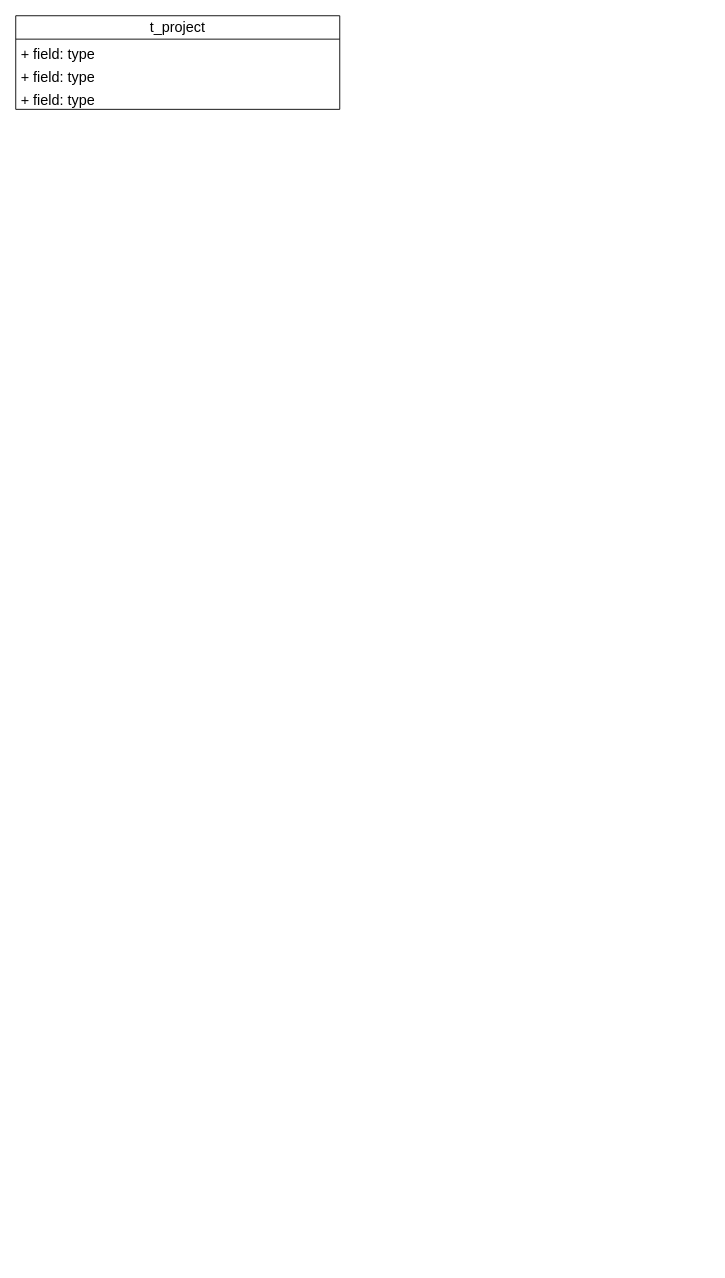
Earlier version of the draw.io diagram 消防同步至理虚实表结构.drawio (wangzhenlan/drawio-files). Source tidied: cells renumbered, new cells numbered last; positions are measured from the earlier drawing's top-left corner, leaving out a move shared by most shapes. Both pictures are drawn from the tidied source at 90%, with x=0, y=0 at pixel (15, 15).
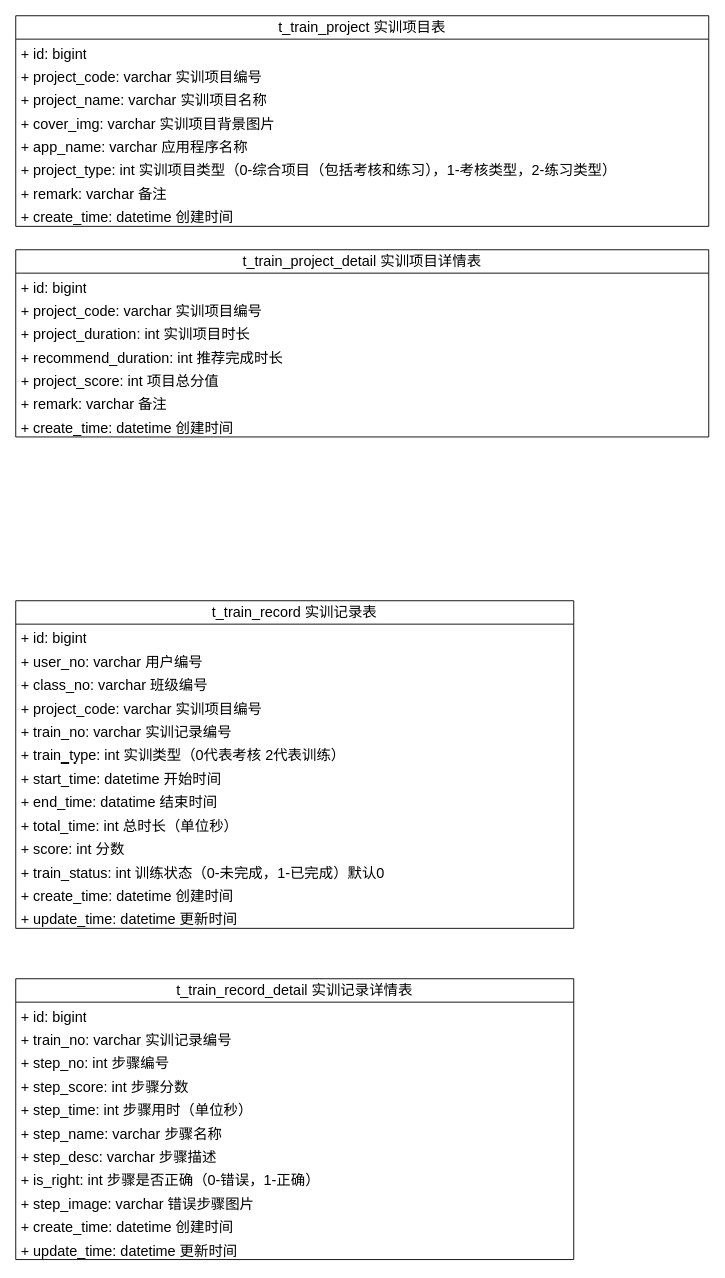
Above is the later version.

Commit message (it also covers changes not shown here):
更新消防同步至理虚实表结构.drawio

What changed in the source:
```diff
@@
-    <mxCell id="2" value="t_project" style="swimlane;fontStyle=0;horizontal=1;startSize=26;fillColor=none;whiteSpace=wrap;html=1;fontSize=16;" parent="1" vertex="1">
-      <mxGeometry width="360" height="104" as="geometry" />
+    <mxCell id="2" value="t_train_project 实训项目表" style="swimlane;fontStyle=0;horizontal=1;startSize=26;fillColor=none;whiteSpace=wrap;html=1;fontSize=16;" parent="1" vertex="1">
+      <mxGeometry width="770" height="234" as="geometry" />
     </mxCell>
-    <mxCell id="3" value="+ field: type" style="text;strokeColor=none;fillColor=none;align=left;verticalAlign=top;spacingLeft=4;spacingRight=4;overflow=hidden;whiteSpace=wrap;html=1;fontSize=16;" parent="2" vertex="1">
-      <mxGeometry y="26" width="360" height="26" as="geometry" />
+    <mxCell id="3" value="+ id: bigint" style="text;strokeColor=none;fillColor=none;align=left;verticalAlign=top;spacingLeft=4;spacingRight=4;overflow=hidden;whiteSpace=wrap;html=1;fontSize=16;" parent="2" vertex="1">
+      <mxGeometry y="26" width="770" height="26" as="geometry" />
     </mxCell>
-    <mxCell id="4" value="+ field: type" style="text;strokeColor=none;fillColor=none;align=left;verticalAlign=top;spacingLeft=4;spacingRight=4;overflow=hidden;whiteSpace=wrap;html=1;fontSize=16;" parent="2" vertex="1">
-      <mxGeometry y="52" width="360" height="26" as="geometry" />
+    <mxCell id="4" value="+ project_code: varchar 实训项目编号" style="text;strokeColor=none;fillColor=none;align=left;verticalAlign=top;spacingLeft=4;spacingRight=4;overflow=hidden;whiteSpace=wrap;html=1;fontSize=16;" parent="2" vertex="1">
+      <mxGeometry y="52" width="770" height="26" as="geometry" />
     </mxCell>
-    <mxCell id="5" value="+ field: type" style="text;strokeColor=none;fillColor=none;align=left;verticalAlign=top;spacingLeft=4;spacingRight=4;overflow=hidden;whiteSpace=wrap;html=1;fontSize=16;" parent="2" vertex="1">
-      <mxGeometry y="78" width="360" height="26" as="geometry" />
+    <mxCell id="5" value="+ project_name: varchar 实训项目名称" style="text;strokeColor=none;fillColor=none;align=left;verticalAlign=top;spacingLeft=4;spacingRight=4;overflow=hidden;whiteSpace=wrap;html=1;fontSize=16;" parent="2" vertex="1">
+      <mxGeometry y="78" width="770" height="26" as="geometry" />
     </mxCell>
+    <mxCell id="6" value="+ cover_img: varchar 实训项目背景图片" style="text;strokeColor=none;fillColor=none;align=left;verticalAlign=top;spacingLeft=4;spacingRight=4;overflow=hidden;whiteSpace=wrap;html=1;fontSize=16;" parent="2" vertex="1">
+      <mxGeometry y="104" width="770" height="26" as="geometry" />
+    </mxCell>
+    <mxCell id="7" value="+ app_name: varchar 应用程序名称" style="text;strokeColor=none;fillColor=none;align=left;verticalAlign=top;spacingLeft=4;spacingRight=4;overflow=hidden;whiteSpace=wrap;html=1;fontSize=16;" parent="2" vertex="1">
+      <mxGeometry y="130" width="770" height="26" as="geometry" />
+    </mxCell>
+    <mxCell id="8" value="+ project_type: int 实训项目类型（0-综合项目（包括考核和练习），1-考核类型，2-练习类型）" style="text;strokeColor=none;fillColor=none;align=left;verticalAlign=top;spacingLeft=4;spacingRight=4;overflow=hidden;whiteSpace=wrap;html=1;fontSize=16;" parent="2" vertex="1">
+      <mxGeometry y="156" width="770" height="26" as="geometry" />
+    </mxCell>
+    <mxCell id="9" value="+&amp;nbsp;remark: varchar 备注" style="text;strokeColor=none;fillColor=none;align=left;verticalAlign=top;spacingLeft=4;spacingRight=4;overflow=hidden;whiteSpace=wrap;html=1;fontSize=16;" parent="2" vertex="1">
+      <mxGeometry y="182" width="770" height="26" as="geometry" />
+    </mxCell>
+    <mxCell id="10" value="+&amp;nbsp;create_time: datetime 创建时间" style="text;strokeColor=none;fillColor=none;align=left;verticalAlign=top;spacingLeft=4;spacingRight=4;overflow=hidden;whiteSpace=wrap;html=1;fontSize=16;" parent="2" vertex="1">
+      <mxGeometry y="208" width="770" height="26" as="geometry" />
+    </mxCell>
+    <mxCell id="11" value="t_train_project_detail 实训项目详情表" style="swimlane;fontStyle=0;horizontal=1;startSize=26;fillColor=none;whiteSpace=wrap;html=1;fontSize=16;" parent="1" vertex="1">
+      <mxGeometry y="260" width="770" height="208" as="geometry" />
+    </mxCell>
+    <mxCell id="12" value="+ id: bigint" style="text;strokeColor=none;fillColor=none;align=left;verticalAlign=top;spacingLeft=4;spacingRight=4;overflow=hidden;whiteSpace=wrap;html=1;fontSize=16;" parent="11" vertex="1">
+      <mxGeometry y="26" width="770" height="26" as="geometry" />
+    </mxCell>
+    <mxCell id="13" value="+ project_code: varchar 实训项目编号" style="text;strokeColor=none;fillColor=none;align=left;verticalAlign=top;spacingLeft=4;spacingRight=4;overflow=hidden;whiteSpace=wrap;html=1;fontSize=16;" parent="11" vertex="1">
+      <mxGeometry y="52" width="770" height="26" as="geometry" />
+    </mxCell>
+    <mxCell id="14" value="+ project_duration: int 实训项目时长" style="text;strokeColor=none;fillColor=none;align=left;verticalAlign=top;spacingLeft=4;spacingRight=4;overflow=hidden;whiteSpace=wrap;html=1;fontSize=16;" parent="11" vertex="1">
+      <mxGeometry y="78" width="770" height="26" as="geometry" />
+    </mxCell>
+    <mxCell id="15" value="+ recommend_duration: int 推荐完成时长" style="text;strokeColor=none;fillColor=none;align=left;verticalAlign=top;spacingLeft=4;spacingRight=4;overflow=hidden;whiteSpace=wrap;html=1;fontSize=16;" parent="11" vertex="1">
+      <mxGeometry y="104" width="770" height="26" as="geometry" />
+    </mxCell>
+    <mxCell id="16" value="+ project_score: int 项目总分值" style="text;strokeColor=none;fillColor=none;align=left;verticalAlign=top;spacingLeft=4;spacingRight=4;overflow=hidden;whiteSpace=wrap;html=1;fontSize=16;" parent="11" vertex="1">
+      <mxGeometry y="130" width="770" height="26" as="geometry" />
+    </mxCell>
+    <mxCell id="17" value="+&amp;nbsp;remark: varchar 备注" style="text;strokeColor=none;fillColor=none;align=left;verticalAlign=top;spacingLeft=4;spacingRight=4;overflow=hidden;whiteSpace=wrap;html=1;fontSize=16;" parent="11" vertex="1">
+      <mxGeometry y="156" width="770" height="26" as="geometry" />
+    </mxCell>
+    <mxCell id="18" value="+&amp;nbsp;create_time: datetime 创建时间" style="text;strokeColor=none;fillColor=none;align=left;verticalAlign=top;spacingLeft=4;spacingRight=4;overflow=hidden;whiteSpace=wrap;html=1;fontSize=16;" parent="11" vertex="1">
+      <mxGeometry y="182" width="770" height="26" as="geometry" />
+    </mxCell>
+    <mxCell id="19" value="t_train_record 实训记录表" style="swimlane;fontStyle=0;horizontal=1;startSize=26;fillColor=none;whiteSpace=wrap;html=1;fontSize=16;" parent="1" vertex="1">
+      <mxGeometry y="650" width="620" height="364" as="geometry" />
+    </mxCell>
+    <mxCell id="20" value="+ id: bigint" style="text;strokeColor=none;fillColor=none;align=left;verticalAlign=top;spacingLeft=4;spacingRight=4;overflow=hidden;whiteSpace=wrap;html=1;fontSize=16;" parent="19" vertex="1">
+      <mxGeometry y="26" width="620" height="26" as="geometry" />
+    </mxCell>
+    <mxCell id="21" value="+ user_no: varchar 用户编号" style="text;strokeColor=none;fillColor=none;align=left;verticalAlign=top;spacingLeft=4;spacingRight=4;overflow=hidden;whiteSpace=wrap;html=1;fontSize=16;" parent="19" vertex="1">
+      <mxGeometry y="52" width="620" height="26" as="geometry" />
+    </mxCell>
+    <mxCell id="22" value="+ class_no: varchar 班级编号" style="text;strokeColor=none;fillColor=none;align=left;verticalAlign=top;spacingLeft=4;spacingRight=4;overflow=hidden;whiteSpace=wrap;html=1;fontSize=16;" parent="19" vertex="1">
+      <mxGeometry y="78" width="620" height="26" as="geometry" />
+    </mxCell>
+    <mxCell id="23" value="+ project_code: varchar 实训项目编号" style="text;strokeColor=none;fillColor=none;align=left;verticalAlign=top;spacingLeft=4;spacingRight=4;overflow=hidden;whiteSpace=wrap;html=1;fontSize=16;" parent="19" vertex="1">
+      <mxGeometry y="104" width="620" height="26" as="geometry" />
+    </mxCell>
+    <mxCell id="24" value="+ train_no: varchar 实训记录编号" style="text;strokeColor=none;fillColor=none;align=left;verticalAlign=top;spacingLeft=4;spacingRight=4;overflow=hidden;whiteSpace=wrap;html=1;fontSize=16;" parent="19" vertex="1">
+      <mxGeometry y="130" width="620" height="26" as="geometry" />
+    </mxCell>
+    <mxCell id="25" value="+ train_type: int&amp;nbsp;实训类型（0代表考核 2代表训练）" style="text;strokeColor=none;fillColor=none;align=left;verticalAlign=top;spacingLeft=4;spacingRight=4;overflow=hidden;whiteSpace=wrap;html=1;fontSize=16;" parent="19" vertex="1">
+      <mxGeometry y="156" width="620" height="26" as="geometry" />
+    </mxCell>
+    <mxCell id="26" value="+ start_time: datetime 开始时间" style="text;strokeColor=none;fillColor=none;align=left;verticalAlign=top;spacingLeft=4;spacingRight=4;overflow=hidden;whiteSpace=wrap;html=1;fontSize=16;" parent="19" vertex="1">
+      <mxGeometry y="182" width="620" height="26" as="geometry" />
+    </mxCell>
+    <mxCell id="27" value="+&amp;nbsp;end_time: datatime 结束时间" style="text;strokeColor=none;fillColor=none;align=left;verticalAlign=top;spacingLeft=4;spacingRight=4;overflow=hidden;whiteSpace=wrap;html=1;fontSize=16;" parent="19" vertex="1">
+      <mxGeometry y="208" width="620" height="26" as="geometry" />
+    </mxCell>
+    <mxCell id="28" value="+ total_time: int 总时长（单位秒）" style="text;strokeColor=none;fillColor=none;align=left;verticalAlign=top;spacingLeft=4;spacingRight=4;overflow=hidden;whiteSpace=wrap;html=1;fontSize=16;" parent="19" vertex="1">
+      <mxGeometry y="234" width="620" height="26" as="geometry" />
+    </mxCell>
+    <mxCell id="29" value="+ score: int 分数" style="text;strokeColor=none;fillColor=none;align=left;verticalAlign=top;spacingLeft=4;spacingRight=4;overflow=hidden;whiteSpace=wrap;html=1;fontSize=16;" parent="19" vertex="1">
+      <mxGeometry y="260" width="620" height="26" as="geometry" />
+    </mxCell>
+    <mxCell id="30" value="+ train_status: int&amp;nbsp;训练状态（0-未完成，1-已完成）默认0" style="text;strokeColor=none;fillColor=none;align=left;verticalAlign=top;spacingLeft=4;spacingRight=4;overflow=hidden;whiteSpace=wrap;html=1;fontSize=16;" parent="19" vertex="1">
+      <mxGeometry y="286" width="620" height="26" as="geometry" />
+    </mxCell>
+    <mxCell id="31" value="+&amp;nbsp;create_time: datetime 创建时间" style="text;strokeColor=none;fillColor=none;align=left;verticalAlign=top;spacingLeft=4;spacingRight=4;overflow=hidden;whiteSpace=wrap;html=1;fontSize=16;" parent="19" vertex="1">
+      <mxGeometry y="312" width="620" height="26" as="geometry" />
+    </mxCell>
+    <mxCell id="32" value="+ update_time: datetime 更新时间" style="text;strokeColor=none;fillColor=none;align=left;verticalAlign=top;spacingLeft=4;spacingRight=4;overflow=hidden;whiteSpace=wrap;html=1;fontSize=16;" parent="19" vertex="1">
+      <mxGeometry y="338" width="620" height="26" as="geometry" />
+    </mxCell>
+    <mxCell id="33" value="t_train_record_detail 实训记录详情表" style="swimlane;fontStyle=0;horizontal=1;startSize=26;fillColor=none;whiteSpace=wrap;html=1;fontSize=16;" parent="1" vertex="1">
+      <mxGeometry y="1070" width="620" height="312" as="geometry" />
+    </mxCell>
+    <mxCell id="34" value="+ id: bigint" style="text;strokeColor=none;fillColor=none;align=left;verticalAlign=top;spacingLeft=4;spacingRight=4;overflow=hidden;whiteSpace=wrap;html=1;fontSize=16;" parent="33" vertex="1">
+      <mxGeometry y="26" width="620" height="26" as="geometry" />
+    </mxCell>
+    <mxCell id="35" value="+ train_no: varchar 实训记录编号" style="text;strokeColor=none;fillColor=none;align=left;verticalAlign=top;spacingLeft=4;spacingRight=4;overflow=hidden;whiteSpace=wrap;html=1;fontSize=16;" parent="33" vertex="1">
+      <mxGeometry y="52" width="620" height="26" as="geometry" />
+    </mxCell>
+    <mxCell id="36" value="+ step_no: int 步骤编号" style="text;strokeColor=none;fillColor=none;align=left;verticalAlign=top;spacingLeft=4;spacingRight=4;overflow=hidden;whiteSpace=wrap;html=1;fontSize=16;" parent="33" vertex="1">
+      <mxGeometry y="78" width="620" height="26" as="geometry" />
+    </mxCell>
+    <mxCell id="37" value="+ step_score: int 步骤分数" style="text;strokeColor=none;fillColor=none;align=left;verticalAlign=top;spacingLeft=4;spacingRight=4;overflow=hidden;whiteSpace=wrap;html=1;fontSize=16;" parent="33" vertex="1">
+      <mxGeometry y="104" width="620" height="26" as="geometry" />
+    </mxCell>
+    <mxCell id="38" value="+ step_time: int 步骤用时（单位秒）" style="text;strokeColor=none;fillColor=none;align=left;verticalAlign=top;spacingLeft=4;spacingRight=4;overflow=hidden;whiteSpace=wrap;html=1;fontSize=16;" parent="33" vertex="1">
+      <mxGeometry y="130" width="620" height="26" as="geometry" />
+    </mxCell>
+    <mxCell id="39" value="+ step_name: varchar 步骤名称" style="text;strokeColor=none;fillColor=none;align=left;verticalAlign=top;spacingLeft=4;spacingRight=4;overflow=hidden;whiteSpace=wrap;html=1;fontSize=16;" parent="33" vertex="1">
+      <mxGeometry y="156" width="620" height="26" as="geometry" />
+    </mxCell>
+    <mxCell id="40" value="+ step_desc: varchar 步骤描述" style="text;strokeColor=none;fillColor=none;align=left;verticalAlign=top;spacingLeft=4;spacingRight=4;overflow=hidden;whiteSpace=wrap;html=1;fontSize=16;" parent="33" vertex="1">
+      <mxGeometry y="182" width="620" height="26" as="geometry" />
+    </mxCell>
+    <mxCell id="41" value="+ is_right: int 步骤是否正确（0-错误，1-正确）" style="text;strokeColor=none;fillColor=none;align=left;verticalAlign=top;spacingLeft=4;spacingRight=4;overflow=hidden;whiteSpace=wrap;html=1;fontSize=16;" parent="33" vertex="1">
+      <mxGeometry y="208" width="620" height="26" as="geometry" />
+    </mxCell>
+    <mxCell id="42" value="+ step_image: varchar 错误步骤图片" style="text;strokeColor=none;fillColor=none;align=left;verticalAlign=top;spacingLeft=4;spacingRight=4;overflow=hidden;whiteSpace=wrap;html=1;fontSize=16;" parent="33" vertex="1">
+      <mxGeometry y="234" width="620" height="26" as="geometry" />
+    </mxCell>
+    <mxCell id="43" value="+&amp;nbsp;create_time: datetime 创建时间" style="text;strokeColor=none;fillColor=none;align=left;verticalAlign=top;spacingLeft=4;spacingRight=4;overflow=hidden;whiteSpace=wrap;html=1;fontSize=16;" parent="33" vertex="1">
+      <mxGeometry y="260" width="620" height="26" as="geometry" />
+    </mxCell>
+    <mxCell id="44" value="+ update_time: datetime 更新时间" style="text;strokeColor=none;fillColor=none;align=left;verticalAlign=top;spacingLeft=4;spacingRight=4;overflow=hidden;whiteSpace=wrap;html=1;fontSize=16;" parent="33" vertex="1">
+      <mxGeometry y="286" width="620" height="26" as="geometry" />
+    </mxCell>
```
